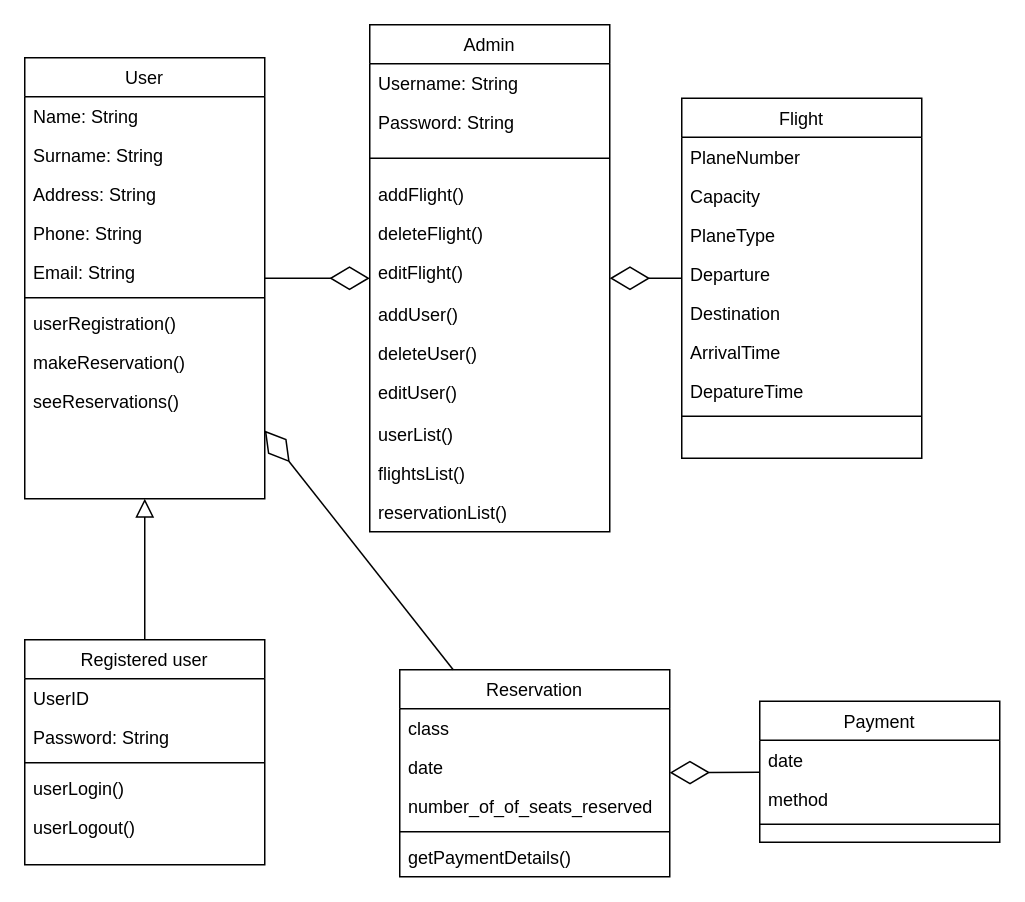
VladDob/ASP.NET-Flights-booking- keeps this draw.io diagram as Diagrams/ClassDiagram.drawio. Above is the earlier version. Source tidied: cells renumbered, new cells numbered last; positions are measured from the earlier drawing's top-left corner, leaving out a move shared by most shapes. Both pictures are drawn from the tidied source at 150%, with x=0, y=0 at pixel (24, 24).
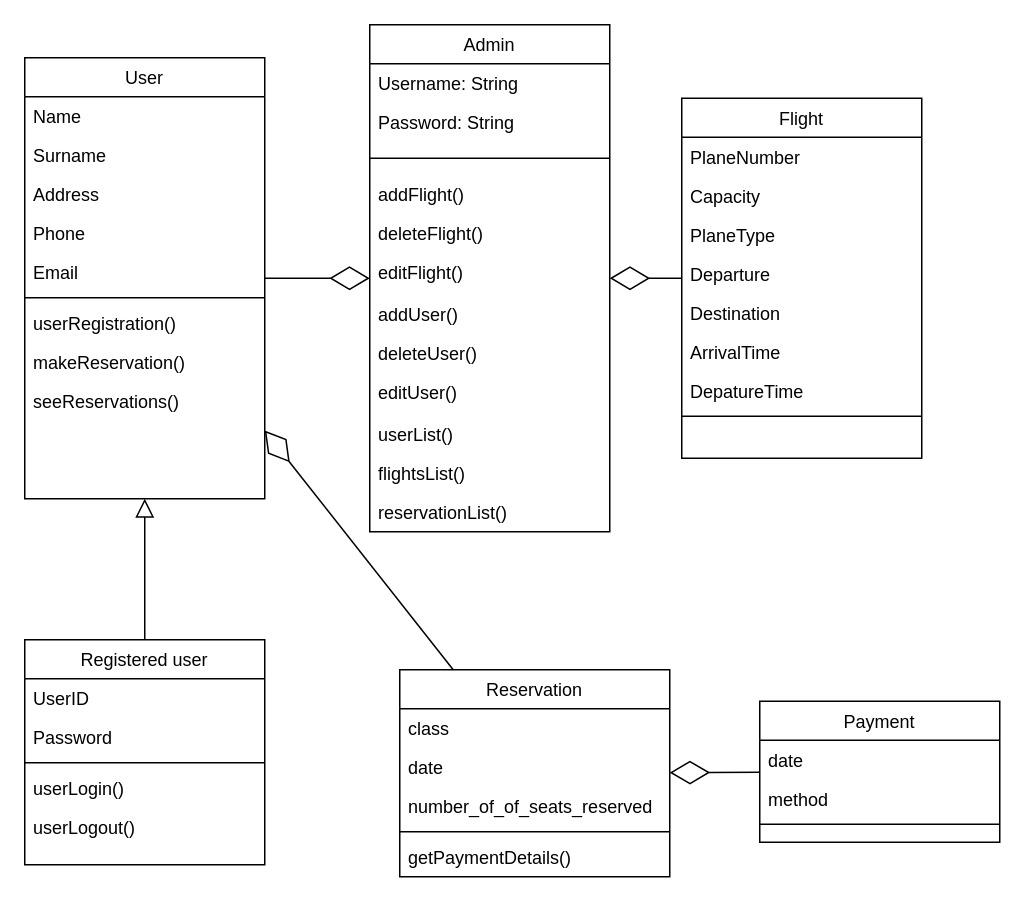
Above is the later version.

Unchanged cells that the change refers to:
```xml
<mxCell id="2" value="User" style="swimlane;fontStyle=0;align=center;verticalAlign=top;horizontal=1;startSize=26;rounded=0;shadow=0;strokeWidth=1;" parent="1" vertex="1">
  <mxGeometry y="22" width="160" height="294" as="geometry" />
</mxCell>
<mxCell id="12" value="Registered user" style="swimlane;fontStyle=0;align=center;verticalAlign=top;horizontal=1;startSize=26;rounded=0;shadow=0;strokeWidth=1;" parent="1" vertex="1">
  <mxGeometry y="410" width="160" height="150" as="geometry" />
</mxCell>
```

Diff of the diagram source:
```diff
@@
-    <mxCell id="3" value="Name: String" style="text;align=left;verticalAlign=top;spacingLeft=4;spacingRight=4;overflow=hidden;" parent="2" vertex="1">
+    <mxCell id="3" value="Name" style="text;align=left;verticalAlign=top;spacingLeft=4;spacingRight=4;overflow=hidden;" parent="2" vertex="1">
       <mxGeometry y="26" width="160" height="26" as="geometry" />
     </mxCell>
-    <mxCell id="4" value="Surname: String" style="text;align=left;verticalAlign=top;spacingLeft=4;spacingRight=4;overflow=hidden;" parent="2" vertex="1">
+    <mxCell id="4" value="Surname" style="text;align=left;verticalAlign=top;spacingLeft=4;spacingRight=4;overflow=hidden;" parent="2" vertex="1">
       <mxGeometry y="52" width="160" height="26" as="geometry" />
     </mxCell>
-    <mxCell id="5" value="Address: String" style="text;align=left;verticalAlign=top;spacingLeft=4;spacingRight=4;overflow=hidden;" parent="2" vertex="1">
+    <mxCell id="5" value="Address" style="text;align=left;verticalAlign=top;spacingLeft=4;spacingRight=4;overflow=hidden;" parent="2" vertex="1">
       <mxGeometry y="78" width="160" height="26" as="geometry" />
     </mxCell>
-    <mxCell id="6" value="Phone: String" style="text;align=left;verticalAlign=top;spacingLeft=4;spacingRight=4;overflow=hidden;rounded=0;shadow=0;html=0;" parent="2" vertex="1">
+    <mxCell id="6" value="Phone" style="text;align=left;verticalAlign=top;spacingLeft=4;spacingRight=4;overflow=hidden;rounded=0;shadow=0;html=0;" parent="2" vertex="1">
       <mxGeometry y="104" width="160" height="26" as="geometry" />
     </mxCell>
-    <mxCell id="7" value="Email: String" style="text;align=left;verticalAlign=top;spacingLeft=4;spacingRight=4;overflow=hidden;rounded=0;shadow=0;html=0;" parent="2" vertex="1">
+    <mxCell id="7" value="Email" style="text;align=left;verticalAlign=top;spacingLeft=4;spacingRight=4;overflow=hidden;rounded=0;shadow=0;html=0;" parent="2" vertex="1">
       <mxGeometry y="130" width="160" height="26" as="geometry" />
     </mxCell>
@@
-    <mxCell id="14" value="Password: String" style="text;align=left;verticalAlign=top;spacingLeft=4;spacingRight=4;overflow=hidden;rounded=0;shadow=0;html=0;" parent="12" vertex="1">
+    <mxCell id="14" value="Password" style="text;align=left;verticalAlign=top;spacingLeft=4;spacingRight=4;overflow=hidden;rounded=0;shadow=0;html=0;" parent="12" vertex="1">
       <mxGeometry y="52" width="160" height="26" as="geometry" />
     </mxCell>
```
